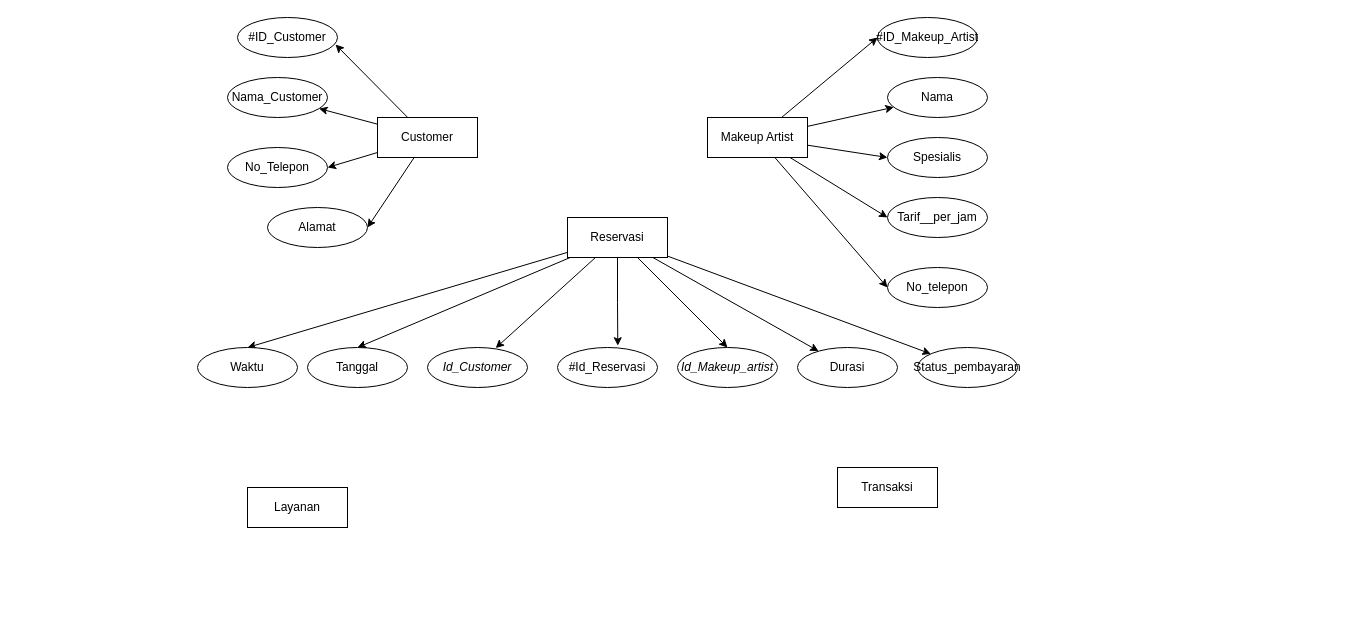
This is MinPro 1.drawio from k149191/Konsep-Basis-Data, a draw.io file, before an edit. Source tidied: cells renumbered, new cells numbered last; positions are measured from the earlier drawing's top-left corner, leaving out a move shared by most shapes. Both pictures are drawn from the tidied source at 100%, with x=0, y=0 at pixel (197, 17).
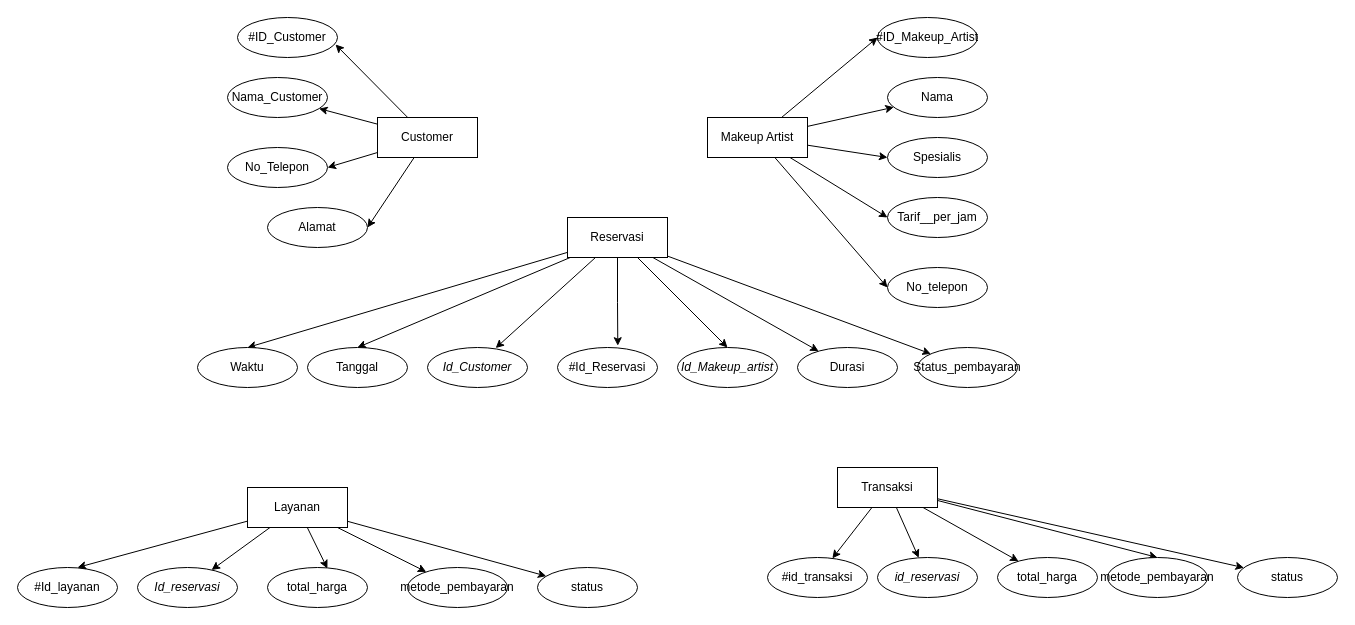
The same diagram, later.

Unchanged cells that the change refers to:
```xml
<mxCell id="9" value="Transaksi" style="whiteSpace=wrap;html=1;align=center;" parent="1" vertex="1">
  <mxGeometry x="640" y="450" width="100" height="40" as="geometry" />
</mxCell>
<mxCell id="15" value="Layanan" style="whiteSpace=wrap;html=1;align=center;" parent="1" vertex="1">
  <mxGeometry x="50" y="470" width="100" height="40" as="geometry" />
</mxCell>
```

Change to the diagram source:
```diff
@@
+    <mxCell id="39" style="rounded=0;jettySize=auto;html=1;" parent="1" edge="1" source="9" target="54">
+      <mxGeometry relative="1" as="geometry" />
+    </mxCell>
+    <mxCell id="40" style="rounded=0;jettySize=auto;html=1;" parent="1" edge="1" source="9" target="55">
+      <mxGeometry relative="1" as="geometry" />
+    </mxCell>
+    <mxCell id="41" style="rounded=0;jettySize=auto;html=1;" parent="1" edge="1" source="9" target="56">
+      <mxGeometry relative="1" as="geometry" />
+    </mxCell>
+    <mxCell id="42" style="rounded=0;jettySize=auto;html=1;entryX=0.5;entryY=0;entryDx=0;entryDy=0;" parent="1" edge="1" source="9" target="57">
+      <mxGeometry relative="1" as="geometry" />
+    </mxCell>
+    <mxCell id="43" style="rounded=0;jettySize=auto;html=1;" parent="1" edge="1" source="9" target="58">
+      <mxGeometry relative="1" as="geometry" />
+    </mxCell>
@@
+    <mxCell id="44" style="rounded=0;jettySize=auto;html=1;" parent="1" edge="1" source="15" target="49">
+      <mxGeometry relative="1" as="geometry" />
+    </mxCell>
+    <mxCell id="45" style="rounded=0;jettySize=auto;html=1;" parent="1" edge="1" source="15" target="47">
+      <mxGeometry relative="1" as="geometry" />
+    </mxCell>
+    <mxCell id="46" style="rounded=0;jettySize=auto;html=1;" parent="1" edge="1" source="15" target="52">
+      <mxGeometry relative="1" as="geometry" />
+    </mxCell>
@@
+    <mxCell id="47" value="metode_pembayaran" style="ellipse;whiteSpace=wrap;html=1;align=center;" parent="1" vertex="1">
+      <mxGeometry x="210" y="550" width="100" height="40" as="geometry" />
+    </mxCell>
+    <mxCell id="48" value="total_harga" style="ellipse;whiteSpace=wrap;html=1;align=center;" parent="1" vertex="1">
+      <mxGeometry x="70" y="550" width="100" height="40" as="geometry" />
+    </mxCell>
+    <mxCell id="49" value="&lt;i&gt;Id_reservasi&lt;/i&gt;" style="ellipse;whiteSpace=wrap;html=1;align=center;" parent="1" vertex="1">
+      <mxGeometry x="-60" y="550" width="100" height="40" as="geometry" />
+    </mxCell>
+    <mxCell id="50" value="#Id_layanan" style="ellipse;whiteSpace=wrap;html=1;align=center;" parent="1" vertex="1">
+      <mxGeometry x="-180" y="550" width="100" height="40" as="geometry" />
+    </mxCell>
+    <mxCell id="51" style="rounded=0;jettySize=auto;html=1;entryX=0.6;entryY=0;entryDx=0;entryDy=0;entryPerimeter=0;" parent="1" edge="1" source="15" target="50">
+      <mxGeometry relative="1" as="geometry" />
+    </mxCell>
+    <mxCell id="52" value="status" style="ellipse;whiteSpace=wrap;html=1;align=center;" parent="1" vertex="1">
+      <mxGeometry x="340" y="550" width="100" height="40" as="geometry" />
+    </mxCell>
+    <mxCell id="53" style="rounded=0;jettySize=auto;html=1;entryX=0.599;entryY=0.025;entryDx=0;entryDy=0;entryPerimeter=0;" parent="1" edge="1" source="15" target="48">
+      <mxGeometry relative="1" as="geometry" />
+    </mxCell>
+    <mxCell id="54" value="#id_transaksi" style="ellipse;whiteSpace=wrap;html=1;align=center;" parent="1" vertex="1">
+      <mxGeometry x="570" y="540" width="100" height="40" as="geometry" />
+    </mxCell>
+    <mxCell id="55" value="&lt;i&gt;id_reservasi&lt;/i&gt;" style="ellipse;whiteSpace=wrap;html=1;align=center;" parent="1" vertex="1">
+      <mxGeometry x="680" y="540" width="100" height="40" as="geometry" />
+    </mxCell>
+    <mxCell id="56" value="total_harga" style="ellipse;whiteSpace=wrap;html=1;align=center;" parent="1" vertex="1">
+      <mxGeometry x="800" y="540" width="100" height="40" as="geometry" />
+    </mxCell>
+    <mxCell id="57" value="metode_pembayaran" style="ellipse;whiteSpace=wrap;html=1;align=center;" parent="1" vertex="1">
+      <mxGeometry x="910" y="540" width="100" height="40" as="geometry" />
+    </mxCell>
+    <mxCell id="58" value="status" style="ellipse;whiteSpace=wrap;html=1;align=center;" parent="1" vertex="1">
+      <mxGeometry x="1040" y="540" width="100" height="40" as="geometry" />
+    </mxCell>
```
